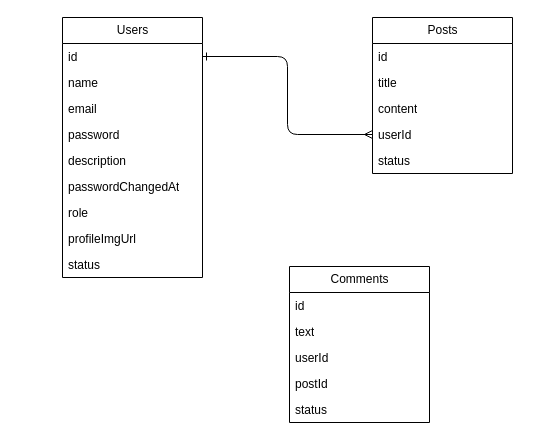
Before: blog-app/diagramaEntidadRelacion.drawio in luismavlo/GEN-24-NODE, a draw.io diagram. Source tidied: cells renumbered, new cells numbered last; positions are measured from the earlier drawing's top-left corner, leaving out a move shared by most shapes. Both pictures are drawn from the tidied source at 100%, with x=0, y=0 at pixel (62, 17).
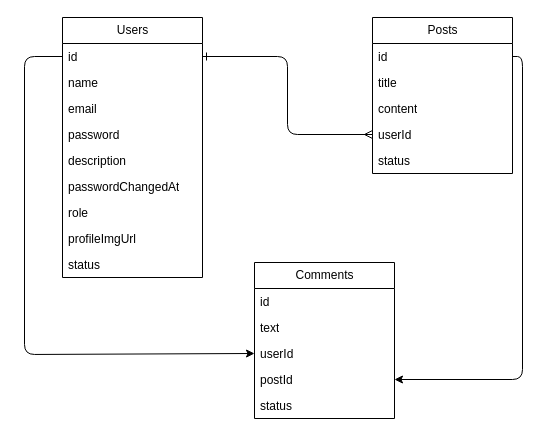
The same page after the edit.

The change refers to these unchanged cells:
```xml
<mxCell id="3" value="id" style="text;strokeColor=none;fillColor=none;align=left;verticalAlign=top;spacingLeft=4;spacingRight=4;overflow=hidden;points=[[0,0.5],[1,0.5]];portConstraint=eastwest;whiteSpace=wrap;html=1;" parent="2" vertex="1">
  <mxGeometry y="26" width="140" height="26" as="geometry" />
</mxCell>
<mxCell id="13" value="id" style="text;strokeColor=none;fillColor=none;align=left;verticalAlign=top;spacingLeft=4;spacingRight=4;overflow=hidden;points=[[0,0.5],[1,0.5]];portConstraint=eastwest;whiteSpace=wrap;html=1;" parent="12" vertex="1">
  <mxGeometry y="26" width="140" height="26" as="geometry" />
</mxCell>
<mxCell id="22" value="userId" style="text;strokeColor=none;fillColor=none;align=left;verticalAlign=top;spacingLeft=4;spacingRight=4;overflow=hidden;points=[[0,0.5],[1,0.5]];portConstraint=eastwest;whiteSpace=wrap;html=1;" parent="19" vertex="1">
  <mxGeometry y="78" width="140" height="26" as="geometry" />
</mxCell>
<mxCell id="23" value="postId" style="text;strokeColor=none;fillColor=none;align=left;verticalAlign=top;spacingLeft=4;spacingRight=4;overflow=hidden;points=[[0,0.5],[1,0.5]];portConstraint=eastwest;whiteSpace=wrap;html=1;" parent="19" vertex="1">
  <mxGeometry y="104" width="140" height="26" as="geometry" />
</mxCell>
```

What changed in the source:
```diff
@@
     <mxCell id="19" value="Comments" style="swimlane;fontStyle=0;horizontal=1;startSize=26;fillColor=none;html=1;" parent="1" vertex="1">
-      <mxGeometry x="227" y="249" width="140" height="156" as="geometry" />
+      <mxGeometry x="192" y="245" width="140" height="156" as="geometry" />
     </mxCell>
@@
+    <mxCell id="25" style="edgeStyle=orthogonalEdgeStyle;html=1;exitX=0;exitY=0.5;exitDx=0;exitDy=0;entryX=0;entryY=0.5;entryDx=0;entryDy=0;" parent="1" edge="1" source="3" target="22">
+      <mxGeometry relative="1" as="geometry">
+        <Array as="points">
+          <mxPoint x="-38" y="39" />
+          <mxPoint x="-38" y="337" />
+        </Array>
+      </mxGeometry>
+    </mxCell>
+    <mxCell id="26" style="edgeStyle=orthogonalEdgeStyle;html=1;exitX=1;exitY=0.5;exitDx=0;exitDy=0;entryX=1;entryY=0.5;entryDx=0;entryDy=0;" parent="1" edge="1" source="13" target="23">
+      <mxGeometry relative="1" as="geometry" />
+    </mxCell>
```
